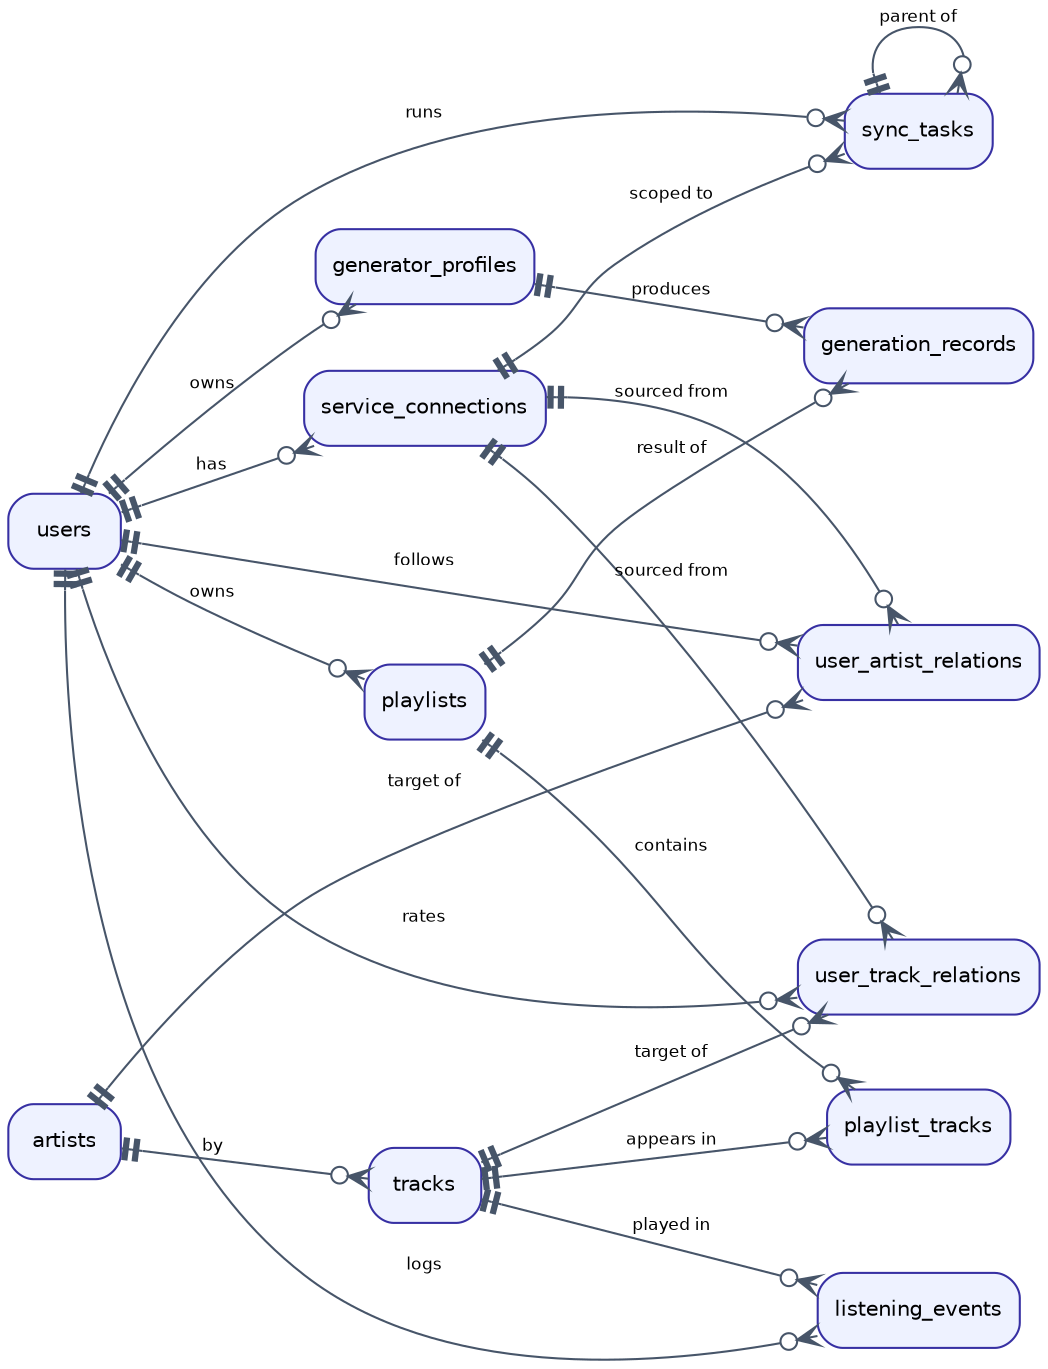
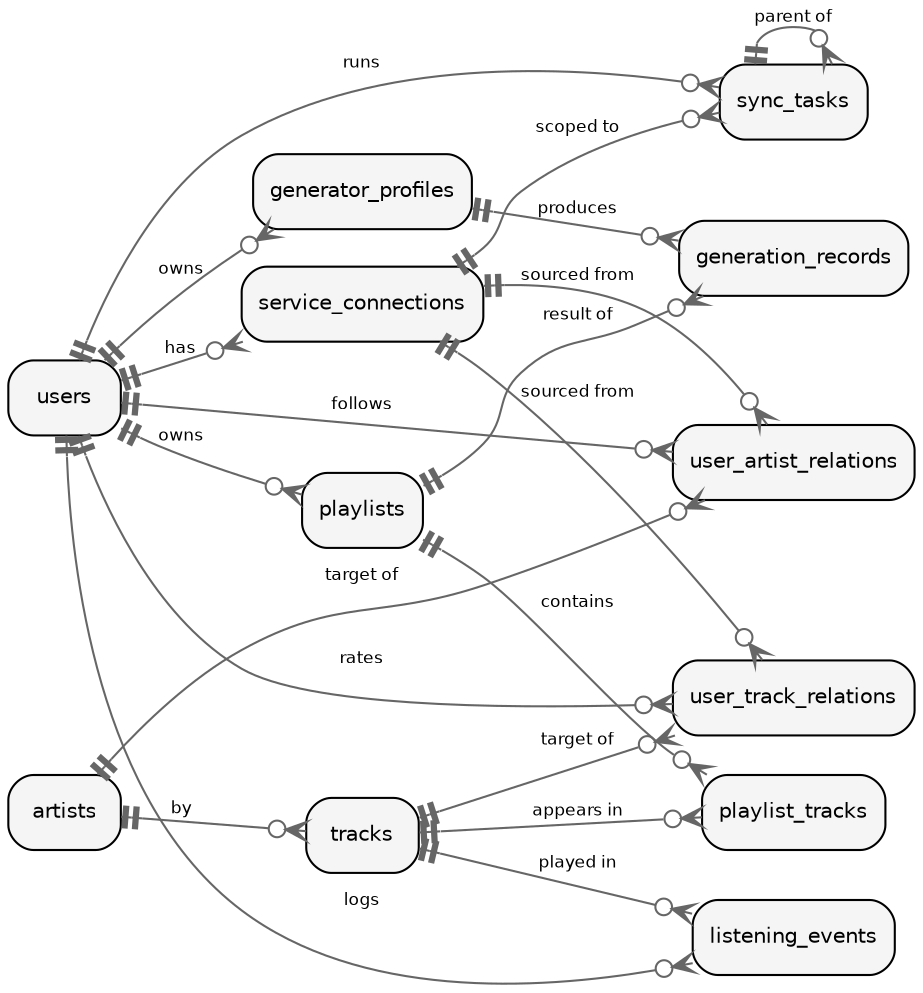
- // Core data model — music, taste, playlist, and task tables.
- // Crow's-foot notation: tail "exactly one" (||), head "zero or many" (o{).
- // Render: make diagrams  (dot -Tsvg)
+ // Core Data Model
+ // Music, taste, playlist, and task tables. Crow's-foot notation: tail "exactly
+ // one" (||), head "zero or many" (o{). Field-level detail lives in the tables
+ // in architecture.md; this shows the relationships between entities.
+ //
+ // Render: dot -Tsvg data-model.dot -o data-model.svg
+ 
digraph data_model {
    rankdir=LR;
-     graph [fontname="Helvetica", fontsize=11, nodesep=0.45, ranksep=0.9];
-     node  [fontname="Helvetica", fontsize=10, shape=box, style="rounded,filled", fillcolor="#eef2ff", color="#3730a3"];
-     edge  [fontname="Helvetica", fontsize=8, color="#475569", dir=both, arrowtail=teetee, arrowhead=crowodot];
+     fontname="Helvetica";
+     node [fontname="Helvetica", fontsize=10, shape=box, style="rounded,filled", fillcolor="#f5f5f5"];
+     edge [fontname="Helvetica", fontsize=8, color="#666666", dir=both, arrowtail=teetee, arrowhead=crowodot];

    users -> service_connections   [label="has"];
    users -> listening_events      [label="logs"];
    users -> user_artist_relations [label="follows"];
    users -> user_track_relations  [label="rates"];
    users -> playlists             [label="owns"];
    users -> generator_profiles    [label="owns"];
    users -> sync_tasks            [label="runs"];
    artists -> tracks              [label="by"];
    tracks -> listening_events     [label="played in"];
    tracks -> playlist_tracks      [label="appears in"];
    artists -> user_artist_relations [label="target of"];
    tracks  -> user_track_relations  [label="target of"];
    service_connections -> user_artist_relations [label="sourced from"];
    service_connections -> user_track_relations  [label="sourced from"];
    service_connections -> sync_tasks            [label="scoped to"];
    playlists -> playlist_tracks   [label="contains"];
    generator_profiles -> generation_records [label="produces"];
    playlists -> generation_records [label="result of"];
    sync_tasks -> sync_tasks        [label="parent of"];
}
